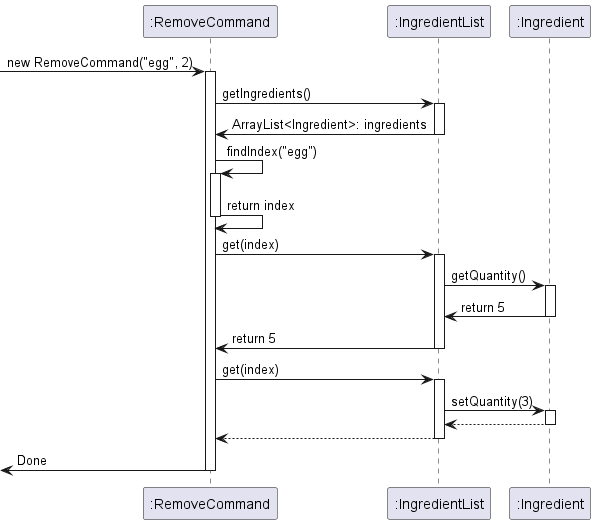
Earlier version of the PlantUML export docs/images/RemoveIngredientSequenceUML.png (nus-cs2113-AY2223S2/tp). Source of this version:
```plantuml
@startuml

[-> ":RemoveCommand": new RemoveCommand("egg", 2)

activate ":RemoveCommand"

":RemoveCommand" -> ":IngredientList": getIngredients()
activate ":IngredientList"
":RemoveCommand" <- ":IngredientList": ArrayList<Ingredient>: ingredients
deactivate ":IngredientList"

":RemoveCommand" -> ":RemoveCommand": findIndex("egg")
activate ":RemoveCommand"

":RemoveCommand" -> ":RemoveCommand": return index

deactivate ":RemoveCommand"

":RemoveCommand" -> ":IngredientList": get(index)
activate ":IngredientList"
":IngredientList" -> ":Ingredient": getQuantity()
activate ":Ingredient"
":IngredientList" <- ":Ingredient": return 5
deactivate ":Ingredient"
":RemoveCommand" <- ":IngredientList": return 5
deactivate ":IngredientList"


":RemoveCommand" -> ":IngredientList": get(index)
activate ":IngredientList"
":IngredientList" -> ":Ingredient": setQuantity(3)
activate ":Ingredient"
":IngredientList" <-- ":Ingredient":
deactivate ":Ingredient"
":RemoveCommand" <-- ":IngredientList":
deactivate ":IngredientList"

[<- ":RemoveCommand": Done
deactivate ":RemoveCommand"
@enduml
```
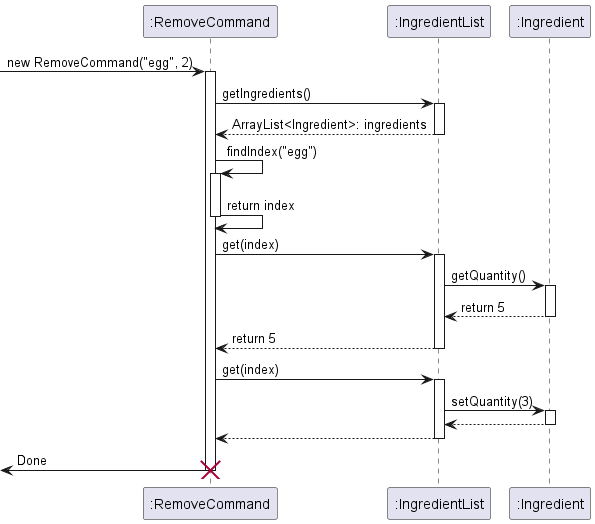
The same file after the commit.

Commit message:
Updated sequence diagram

Diff of the diagram source:
```diff
@@ -6,7 +6,7 @@
 
 ":RemoveCommand" -> ":IngredientList": getIngredients()
 activate ":IngredientList"
-":RemoveCommand" <- ":IngredientList": ArrayList<Ingredient>: ingredients
+":RemoveCommand" <-- ":IngredientList": ArrayList<Ingredient>: ingredients
 deactivate ":IngredientList"
 
 ":RemoveCommand" -> ":RemoveCommand": findIndex("egg")
@@ -20,9 +20,9 @@
 activate ":IngredientList"
 ":IngredientList" -> ":Ingredient": getQuantity()
 activate ":Ingredient"
-":IngredientList" <- ":Ingredient": return 5
+":IngredientList" <-- ":Ingredient": return 5
 deactivate ":Ingredient"
-":RemoveCommand" <- ":IngredientList": return 5
+":RemoveCommand" <-- ":IngredientList": return 5
 deactivate ":IngredientList"
 
 
@@ -36,5 +36,6 @@
 deactivate ":IngredientList"
 
 [<- ":RemoveCommand": Done
+destroy ":RemoveCommand"
 deactivate ":RemoveCommand"
 @enduml
```
